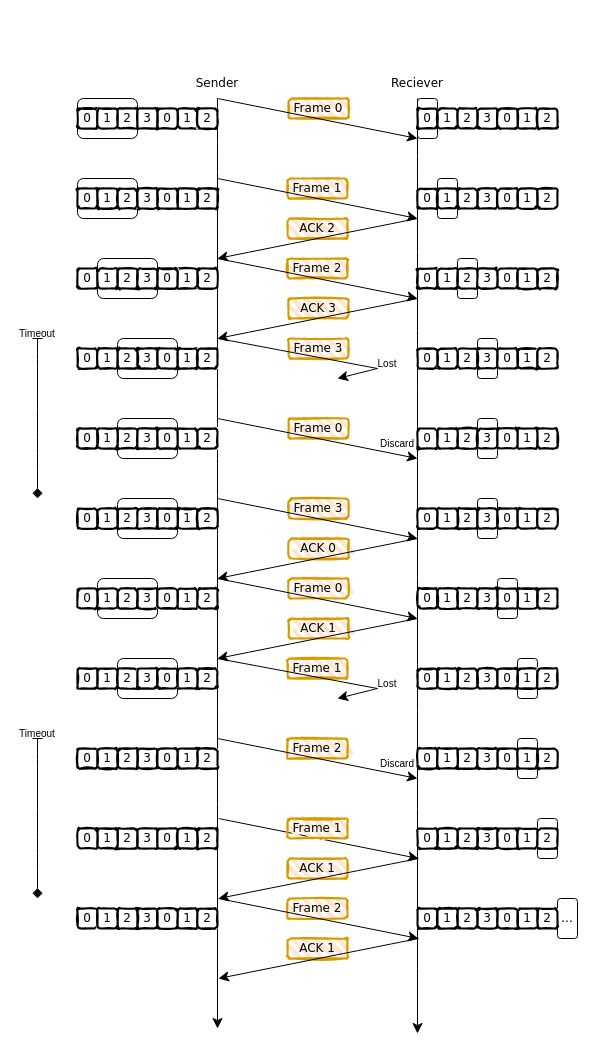
Earlier version of the draw.io diagram Untitled Diagram.drawio (CorbinCoder/Diagrams). Source tidied: cells renumbered, new cells numbered last; positions are measured from the earlier drawing's top-left corner, leaving out a move shared by most shapes. Both pictures are drawn from the tidied source at 100%, with x=0, y=0 at pixel (17, 68).
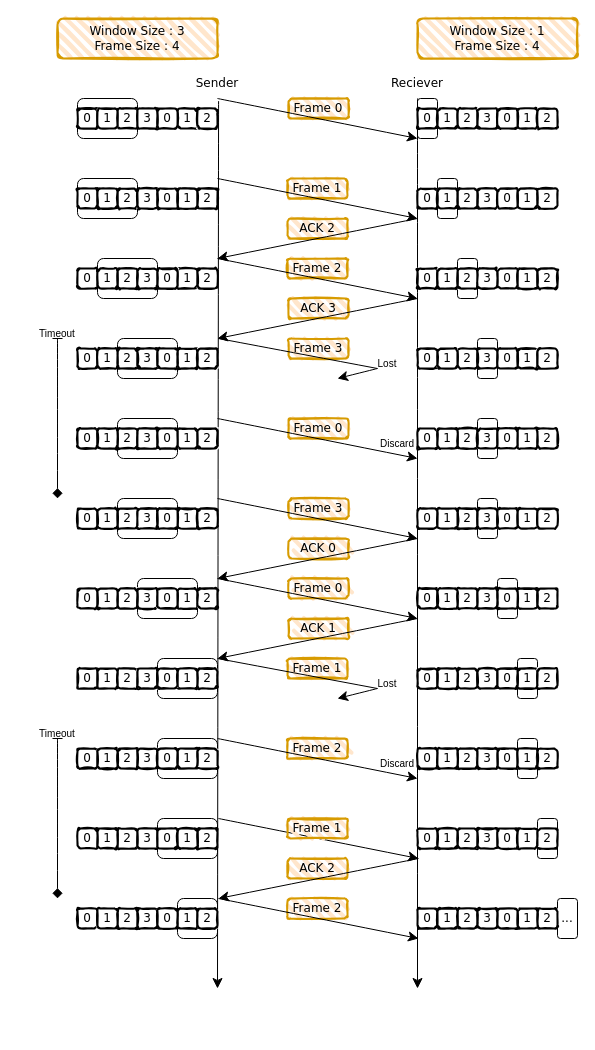
After the change.

The change refers to these unchanged cells:
```xml
<mxCell id="32" value="&lt;div style=&quot;font-size: 12px;&quot;&gt;Sender&lt;/div&gt;" style="text;html=1;strokeColor=none;fillColor=none;align=center;verticalAlign=middle;whiteSpace=wrap;rounded=0;fontSize=12;fontFamily=Verdana;" parent="1" vertex="1">
  <mxGeometry x="170" width="60" height="30" as="geometry" />
</mxCell>
<mxCell id="33" value="&lt;div style=&quot;font-size: 12px;&quot;&gt;Reciever&lt;/div&gt;" style="text;html=1;strokeColor=none;fillColor=none;align=center;verticalAlign=middle;whiteSpace=wrap;rounded=0;fontSize=12;fontFamily=Verdana;" parent="1" vertex="1">
  <mxGeometry x="370" width="60" height="30" as="geometry" />
</mxCell>
```

Diff of the diagram source:
```diff
@@
+    <mxCell id="223" style="rounded=1;whiteSpace=wrap;html=1;fontSize=12;fontFamily=Verdana;" parent="1" vertex="1">
+      <mxGeometry x="160" y="830" width="40" height="40" as="geometry" />
+    </mxCell>
+    <mxCell id="224" style="rounded=1;whiteSpace=wrap;html=1;fontSize=12;fontFamily=Verdana;" parent="1" vertex="1">
+      <mxGeometry x="140" y="750" width="60" height="40" as="geometry" />
+    </mxCell>
+    <mxCell id="211" value="2" style="rounded=1;whiteSpace=wrap;html=1;strokeWidth=2;fillWeight=4;hachureGap=8;hachureAngle=45;sketch=1;fontSize=12;fontFamily=Verdana;" parent="1" vertex="1">
+      <mxGeometry x="180" y="760" width="20" height="20" as="geometry" />
+    </mxCell>
+    <mxCell id="225" style="rounded=1;whiteSpace=wrap;html=1;fontSize=12;fontFamily=Verdana;" parent="1" vertex="1">
+      <mxGeometry x="140" y="670" width="60" height="40" as="geometry" />
+    </mxCell>
@@
-    <mxCell id="8" value="ACK 1" style="rounded=1;whiteSpace=wrap;html=1;strokeWidth=2;fillWeight=4;hachureGap=8;hachureAngle=45;sketch=1;fontSize=12;fillColor=#ffe6cc;strokeColor=#d79b00;fontFamily=Verdana;" parent="1" vertex="1">
+    <mxCell id="8" value="ACK 2" style="rounded=1;whiteSpace=wrap;html=1;strokeWidth=2;fillWeight=4;hachureGap=8;hachureAngle=45;sketch=1;fontSize=12;fillColor=#ffe6cc;strokeColor=#d79b00;fontFamily=Verdana;" parent="1" vertex="1">
       <mxGeometry x="270" y="790" width="60" height="20" as="geometry" />
     </mxCell>
@@
-    <mxCell id="30" style="endArrow=classic;html=1;rounded=0;fontSize=12;startSize=8;endSize=8;curved=1;fontFamily=Verdana;exitX=0.5;exitY=1;exitDx=0;exitDy=0;" parent="1" edge="1" source="32">
+    <mxCell id="30" style="endArrow=classic;html=1;rounded=0;fontSize=12;startSize=8;endSize=8;curved=1;fontFamily=Verdana;exitX=0.518;exitY=1.087;exitDx=0;exitDy=0;exitPerimeter=0;" parent="1" edge="1" source="32">
       <mxGeometry relative="1" as="geometry">
-        <mxPoint x="200" y="960" as="targetPoint" />
+        <mxPoint x="200" y="920" as="targetPoint" />
       </mxGeometry>
     </mxCell>
     <mxCell id="31" style="endArrow=classic;html=1;rounded=0;fontSize=12;startSize=8;endSize=8;curved=1;fontFamily=Verdana;exitX=0.5;exitY=1;exitDx=0;exitDy=0;" parent="1" edge="1" source="33">
       <mxGeometry relative="1" as="geometry">
-        <mxPoint x="400" y="965" as="targetPoint" />
+        <mxPoint x="400" y="920" as="targetPoint" />
       </mxGeometry>
     </mxCell>
@@
     <mxCell id="90" style="rounded=1;whiteSpace=wrap;html=1;fontSize=12;fontFamily=Verdana;" parent="1" vertex="1">
-      <mxGeometry x="100" y="590" width="60" height="40" as="geometry" />
+      <mxGeometry x="140" y="590" width="60" height="40" as="geometry" />
     </mxCell>
     <mxCell id="91" style="rounded=1;whiteSpace=wrap;html=1;fontSize=12;fontFamily=Verdana;" parent="1" vertex="1">
-      <mxGeometry x="80" y="510" width="60" height="40" as="geometry" />
+      <mxGeometry x="120" y="510" width="60" height="40" as="geometry" />
     </mxCell>
@@
     <mxCell id="148" style="endArrow=diamond;html=1;rounded=0;fontSize=12;startSize=8;endSize=8;curved=1;endFill=1;startArrow=baseDash;startFill=0;" parent="1" edge="1">
       <mxGeometry relative="1" as="geometry">
-        <mxPoint x="20" y="270" as="sourcePoint" />
-        <mxPoint x="20" y="430" as="targetPoint" />
+        <mxPoint x="40" y="270" as="sourcePoint" />
+        <mxPoint x="40" y="430" as="targetPoint" />
       </mxGeometry>
     </mxCell>
     <mxCell id="149" value="Timeout" style="text;html=1;strokeColor=none;fillColor=none;align=center;verticalAlign=middle;whiteSpace=wrap;rounded=0;fontSize=10;" parent="1" vertex="1">
-      <mxGeometry y="260" width="40" height="10" as="geometry" />
+      <mxGeometry x="20" y="260" width="40" height="10" as="geometry" />
     </mxCell>
@@
     <mxCell id="182" style="endArrow=diamond;html=1;rounded=0;fontSize=12;startSize=8;endSize=8;curved=1;endFill=1;startArrow=baseDash;startFill=0;" parent="1" edge="1">
       <mxGeometry relative="1" as="geometry">
-        <mxPoint x="20" y="670" as="sourcePoint" />
-        <mxPoint x="20" y="830" as="targetPoint" />
+        <mxPoint x="40" y="670" as="sourcePoint" />
+        <mxPoint x="40" y="830" as="targetPoint" />
       </mxGeometry>
     </mxCell>
     <mxCell id="183" value="Timeout" style="text;html=1;strokeColor=none;fillColor=none;align=center;verticalAlign=middle;whiteSpace=wrap;rounded=0;fontSize=10;" parent="1" vertex="1">
-      <mxGeometry y="660" width="40" height="10" as="geometry" />
+      <mxGeometry x="20" y="660" width="40" height="10" as="geometry" />
     </mxCell>
@@
-    <mxCell id="200" value="ACK 1" style="rounded=1;whiteSpace=wrap;html=1;strokeWidth=2;fillWeight=4;hachureGap=8;hachureAngle=45;sketch=1;fontSize=12;fillColor=#ffe6cc;strokeColor=#d79b00;fontFamily=Verdana;" parent="1" vertex="1">
-      <mxGeometry x="270" y="870" width="60" height="20" as="geometry" />
-    </mxCell>
-    <mxCell id="201" style="endArrow=classic;html=1;rounded=0;fontSize=12;startSize=8;endSize=8;curved=1;fontFamily=Verdana;" parent="1" edge="1">
-      <mxGeometry relative="1" as="geometry">
-        <mxPoint x="401" y="870" as="sourcePoint" />
-        <mxPoint x="201" y="910" as="targetPoint" />
-      </mxGeometry>
-    </mxCell>
@@
-    <mxCell id="211" value="2" style="rounded=1;whiteSpace=wrap;html=1;strokeWidth=2;fillWeight=4;hachureGap=8;hachureAngle=45;sketch=1;fontSize=12;fontFamily=Verdana;" parent="1" vertex="1">
-      <mxGeometry x="180" y="760" width="20" height="20" as="geometry" />
-    </mxCell>
@@
+    <mxCell id="226" value="&lt;div&gt;Window Size : 1&lt;/div&gt;&lt;div&gt;Frame Size : 4&lt;/div&gt;" style="rounded=1;whiteSpace=wrap;html=1;strokeWidth=2;fillWeight=4;hachureGap=8;hachureAngle=45;sketch=1;fontSize=12;fillColor=#ffe6cc;strokeColor=#d79b00;fontFamily=Verdana;" parent="1" vertex="1">
+      <mxGeometry x="400" y="-50" width="160" height="40" as="geometry" />
+    </mxCell>
+    <mxCell id="227" value="&lt;div&gt;Window Size : 3&lt;br&gt;&lt;/div&gt;&lt;div&gt;Frame Size : 4&lt;/div&gt;" style="rounded=1;whiteSpace=wrap;html=1;strokeWidth=2;fillWeight=4;hachureGap=8;hachureAngle=45;sketch=1;fontSize=12;fillColor=#ffe6cc;strokeColor=#d79b00;fontFamily=Verdana;" parent="1" vertex="1">
+      <mxGeometry x="40" y="-50" width="160" height="40" as="geometry" />
+    </mxCell>
```
